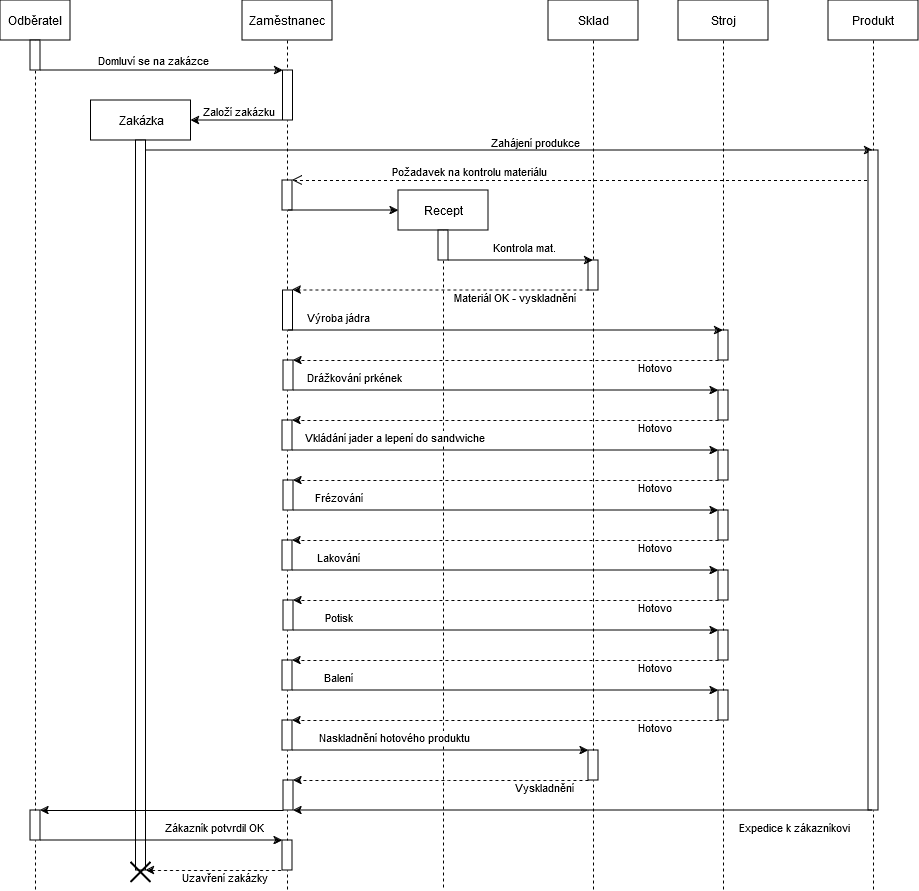
Earlier version of the draw.io export SW_ING/Kosmeticka_tuzka_sekvencni_diagram.png (KarelMasa/pg). Source tidied: cells renumbered, new cells last; positions are measured from the earlier drawing's top-left corner, leaving out a move shared by most shapes.
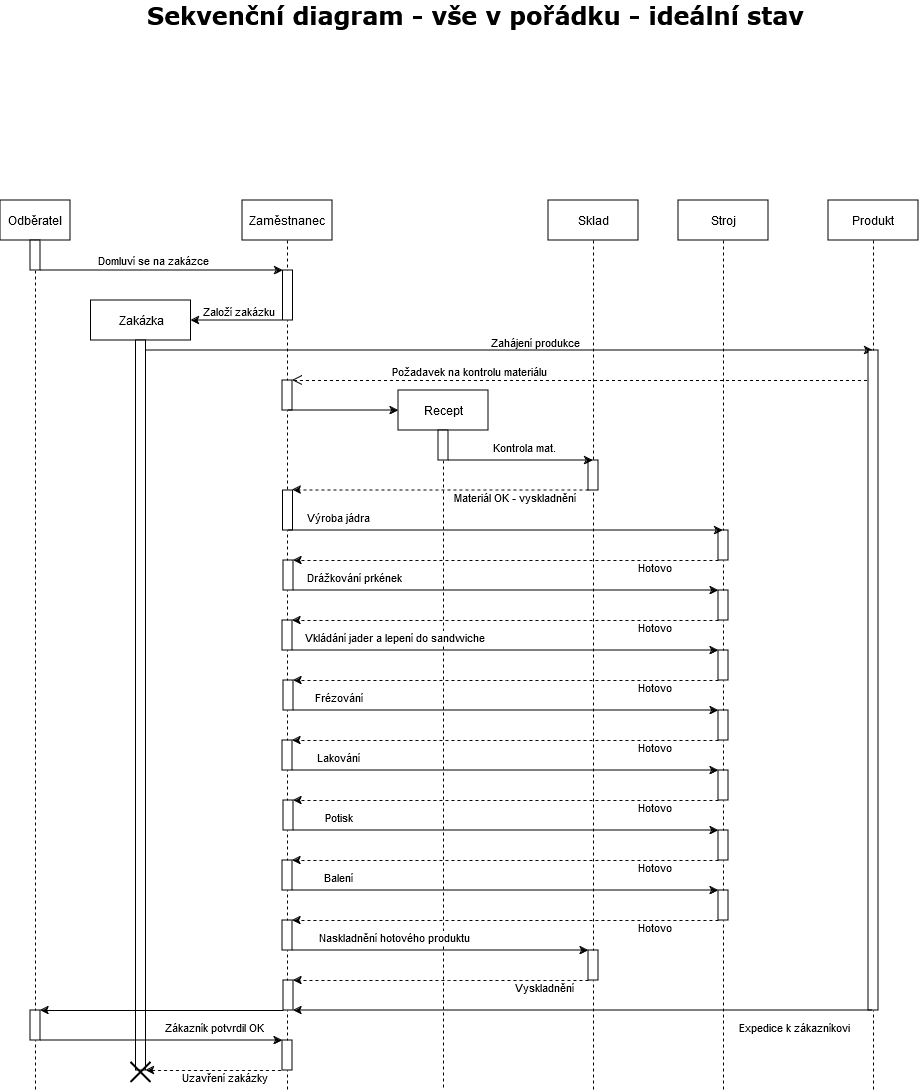
Later version of the same file.

What changed in the source:
```diff
@@ -414,5 +414,8 @@
         <mxPoint x="5" y="6" as="offset" />
       </mxGeometry>
     </mxCell>
+    <mxCell id="88" value="Sekvenční diagram - vše v pořádku - ideální stav" style="text;strokeColor=none;align=center;fillColor=none;html=1;verticalAlign=middle;whiteSpace=wrap;rounded=0;fontSize=24;fontStyle=1;fontFamily=Verdana;" parent="1" vertex="1">
+      <mxGeometry x="123" y="-200" width="705" height="30" as="geometry" />
+    </mxCell>
   </root>
 </mxGraphModel>
```
